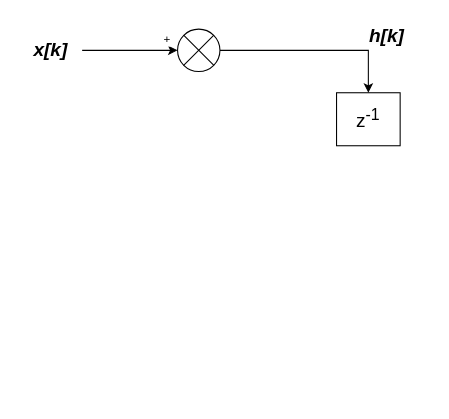
Earlier version of the draw.io diagram ele430_minimalRealization.drawio (mmuurraatt/My-Projects-On-Github). Source tidied: cells renumbered, new cells numbered last; positions are measured from the earlier drawing's top-left corner, leaving out a move shared by most shapes. Both pictures are drawn from the tidied source at 106%, with x=0, y=0 at pixel (18, 18).
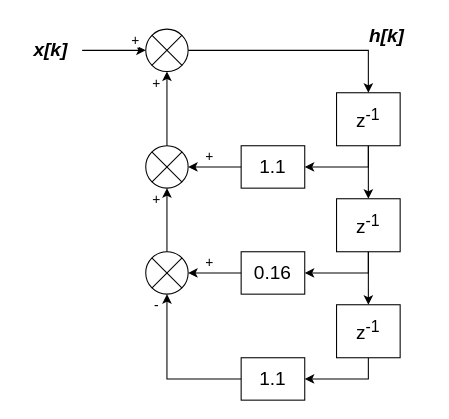
The same page after the edit.

The change refers to these unchanged cells:
```xml
<mxCell id="2" value="&lt;font style=&quot;font-size: 18px;&quot;&gt;z&lt;sup&gt;-1&lt;/sup&gt;&lt;/font&gt;" style="rounded=0;whiteSpace=wrap;html=1;" parent="1" vertex="1">
  <mxGeometry x="300" y="70" width="60" height="50" as="geometry" />
</mxCell>
<mxCell id="6" value="&lt;font size=&quot;1&quot; style=&quot;&quot;&gt;&lt;b style=&quot;&quot;&gt;&lt;i style=&quot;font-size: 18px;&quot;&gt;x[k]&lt;/i&gt;&lt;/b&gt;&lt;/font&gt;" style="text;html=1;align=center;verticalAlign=middle;points=[];strokeColor=none;fillColor=none;" parent="1" vertex="1">
  <mxGeometry y="10" width="60" height="40" as="geometry" />
</mxCell>
```

What changed in the source:
```diff
@@
+    <mxCell id="8" style="edgeStyle=orthogonalEdgeStyle;rounded=0;jettySize=auto;html=1;" parent="1" edge="1" source="2" target="12">
+      <mxGeometry relative="1" as="geometry" />
+    </mxCell>
+    <mxCell id="9" style="edgeStyle=orthogonalEdgeStyle;rounded=0;jettySize=auto;html=1;entryX=1;entryY=0.5;entryDx=0;entryDy=0;" parent="1" edge="1" source="2" target="17">
+      <mxGeometry relative="1" as="geometry">
+        <Array as="points">
+          <mxPoint x="330" y="140" />
+        </Array>
+      </mxGeometry>
+    </mxCell>
@@
     <mxCell id="4" style="verticalLabelPosition=bottom;verticalAlign=top;html=1;shape=mxgraph.flowchart.or;" parent="1" vertex="1">
-      <mxGeometry x="150" y="10" width="40" height="40" as="geometry" />
+      <mxGeometry x="120" y="10" width="40" height="40" as="geometry" />
     </mxCell>
-    <mxCell id="5" value="+" style="edgeStyle=orthogonalEdgeStyle;rounded=0;jettySize=auto;html=1;labelPosition=center;verticalLabelPosition=middle;align=center;verticalAlign=middle;horizontal=1;" parent="1" edge="1" source="6" target="4">
-      <mxGeometry x="0.78" y="10" relative="1" as="geometry" />
+    <mxCell id="5" value="+" style="edgeStyle=orthogonalEdgeStyle;rounded=0;jettySize=auto;html=1;labelPosition=center;verticalLabelPosition=middle;align=center;verticalAlign=middle;horizontal=1;fontSize=13;" parent="1" edge="1" source="6" target="4">
+      <mxGeometry x="0.68" y="10" relative="1" as="geometry" />
     </mxCell>
@@
+    <mxCell id="10" style="edgeStyle=orthogonalEdgeStyle;rounded=0;jettySize=auto;html=1;" parent="1" edge="1" source="12" target="14">
+      <mxGeometry relative="1" as="geometry" />
+    </mxCell>
+    <mxCell id="11" style="edgeStyle=orthogonalEdgeStyle;rounded=0;jettySize=auto;html=1;exitX=0.5;exitY=1;exitDx=0;exitDy=0;" parent="1" edge="1" source="12" target="18">
+      <mxGeometry relative="1" as="geometry" />
+    </mxCell>
+    <mxCell id="12" value="&lt;font style=&quot;font-size: 18px;&quot;&gt;z&lt;sup&gt;-1&lt;/sup&gt;&lt;/font&gt;" style="rounded=0;whiteSpace=wrap;html=1;" parent="1" vertex="1">
+      <mxGeometry x="300" y="170" width="60" height="50" as="geometry" />
+    </mxCell>
+    <mxCell id="13" style="edgeStyle=orthogonalEdgeStyle;rounded=0;jettySize=auto;html=1;entryX=1;entryY=0.5;entryDx=0;entryDy=0;" parent="1" edge="1" source="14" target="19">
+      <mxGeometry relative="1" as="geometry">
+        <Array as="points">
+          <mxPoint x="330" y="340" />
+        </Array>
+      </mxGeometry>
+    </mxCell>
+    <mxCell id="14" value="&lt;font style=&quot;font-size: 18px;&quot;&gt;z&lt;sup&gt;-1&lt;/sup&gt;&lt;/font&gt;" style="rounded=0;whiteSpace=wrap;html=1;" parent="1" vertex="1">
+      <mxGeometry x="300" y="270" width="60" height="50" as="geometry" />
+    </mxCell>
+    <mxCell id="15" style="verticalLabelPosition=bottom;verticalAlign=top;html=1;shape=mxgraph.flowchart.or;" parent="1" vertex="1">
+      <mxGeometry x="120" y="120" width="40" height="40" as="geometry" />
+    </mxCell>
+    <mxCell id="16" style="verticalLabelPosition=bottom;verticalAlign=top;html=1;shape=mxgraph.flowchart.or;" parent="1" vertex="1">
+      <mxGeometry x="120" y="220" width="40" height="40" as="geometry" />
+    </mxCell>
+    <mxCell id="17" value="&lt;span style=&quot;font-size: 18px;&quot;&gt;1.1&lt;/span&gt;" style="rounded=0;whiteSpace=wrap;html=1;" parent="1" vertex="1">
+      <mxGeometry x="210" y="120" width="60" height="40" as="geometry" />
+    </mxCell>
+    <mxCell id="18" value="&lt;span style=&quot;font-size: 18px;&quot;&gt;0.16&lt;/span&gt;" style="rounded=0;whiteSpace=wrap;html=1;" parent="1" vertex="1">
+      <mxGeometry x="210" y="220" width="60" height="40" as="geometry" />
+    </mxCell>
+    <mxCell id="19" value="&lt;span style=&quot;font-size: 18px;&quot;&gt;1.1&lt;/span&gt;" style="rounded=0;whiteSpace=wrap;html=1;" parent="1" vertex="1">
+      <mxGeometry x="210" y="320" width="60" height="40" as="geometry" />
+    </mxCell>
+    <mxCell id="20" value="+" style="edgeStyle=orthogonalEdgeStyle;rounded=0;jettySize=auto;html=1;labelPosition=center;verticalLabelPosition=middle;align=center;verticalAlign=middle;horizontal=1;entryX=0.5;entryY=1;entryDx=0;entryDy=0;entryPerimeter=0;exitX=0.5;exitY=0;exitDx=0;exitDy=0;exitPerimeter=0;fontSize=13;" parent="1" edge="1" source="15" target="4">
+      <mxGeometry x="0.68" y="10" relative="1" as="geometry" />
+    </mxCell>
+    <mxCell id="21" value="+" style="edgeStyle=orthogonalEdgeStyle;rounded=0;jettySize=auto;html=1;labelPosition=center;verticalLabelPosition=middle;align=center;verticalAlign=middle;horizontal=1;entryX=0.5;entryY=1;entryDx=0;entryDy=0;entryPerimeter=0;fontSize=13;" parent="1" edge="1" source="16" target="15">
+      <mxGeometry x="0.68" y="10" relative="1" as="geometry" />
+    </mxCell>
+    <mxCell id="22" value="-" style="edgeStyle=orthogonalEdgeStyle;rounded=0;jettySize=auto;html=1;labelPosition=center;verticalLabelPosition=middle;align=center;verticalAlign=middle;horizontal=1;entryX=0.5;entryY=1;entryDx=0;entryDy=0;entryPerimeter=0;exitX=0;exitY=0.5;exitDx=0;exitDy=0;fontSize=13;" parent="1" edge="1" source="19" target="16">
+      <mxGeometry x="0.87" y="10" relative="1" as="geometry" />
+    </mxCell>
+    <mxCell id="23" value="+" style="edgeStyle=orthogonalEdgeStyle;rounded=0;jettySize=auto;html=1;labelPosition=center;verticalLabelPosition=middle;align=center;verticalAlign=middle;horizontal=1;entryX=1;entryY=0.5;entryDx=0;entryDy=0;entryPerimeter=0;exitX=0;exitY=0.5;exitDx=0;exitDy=0;fontSize=13;" parent="1" edge="1" source="17" target="15">
+      <mxGeometry x="0.2" y="-10" relative="1" as="geometry" />
+    </mxCell>
+    <mxCell id="24" value="+" style="edgeStyle=orthogonalEdgeStyle;rounded=0;jettySize=auto;html=1;labelPosition=center;verticalLabelPosition=middle;align=center;verticalAlign=middle;horizontal=1;entryX=1;entryY=0.5;entryDx=0;entryDy=0;entryPerimeter=0;exitX=0;exitY=0.5;exitDx=0;exitDy=0;fontSize=13;" parent="1" edge="1" source="18" target="16">
+      <mxGeometry x="0.2" y="-10" relative="1" as="geometry" />
+    </mxCell>
```
